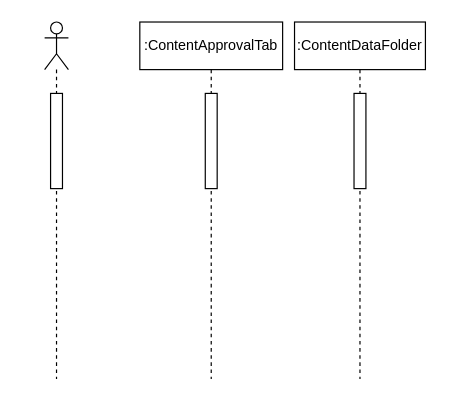
Earlier version of the draw.io diagram SENG 321/SQD4-3.drawio (amirabdullahi1/gold). Source tidied: cells renumbered, new cells numbered last; positions are measured from the earlier drawing's top-left corner, leaving out a move shared by most shapes. Both pictures are drawn from the tidied source at 119%, with x=0, y=0 at pixel (44, 21).
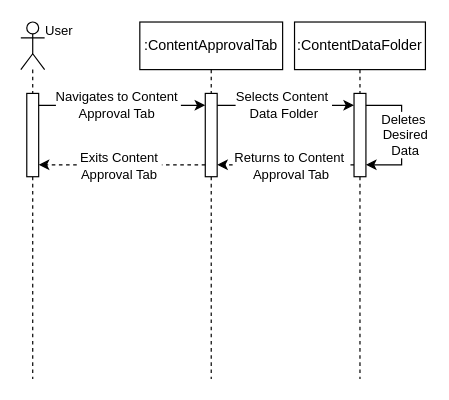
Above is the later version.

Unchanged cells that the change refers to:
```xml
<mxCell id="2" value="&lt;div&gt;&lt;span style=&quot;background-color: initial;&quot;&gt;&lt;br&gt;&lt;/span&gt;&lt;/div&gt;&lt;span style=&quot;background-color: initial;&quot;&gt;:C&lt;/span&gt;&lt;span style=&quot;background-color: initial;&quot;&gt;ontentApprovalTab&lt;/span&gt;&lt;div&gt;&lt;div&gt;&lt;span style=&quot;background-color: initial;&quot;&gt;&lt;br&gt;&lt;/span&gt;&lt;/div&gt;&lt;/div&gt;" style="shape=umlLifeline;perimeter=lifelinePerimeter;whiteSpace=wrap;html=1;newEdgeStyle={&quot;curved&quot;:0,&quot;rounded&quot;:0};" parent="1" vertex="1">
  <mxGeometry x="80" width="120" height="300" as="geometry" />
</mxCell>
<mxCell id="4" value=":ContentDataFolder" style="shape=umlLifeline;perimeter=lifelinePerimeter;whiteSpace=wrap;html=1;newEdgeStyle={&quot;curved&quot;:0,&quot;rounded&quot;:0};" parent="1" vertex="1">
  <mxGeometry x="210" width="110" height="300" as="geometry" />
</mxCell>
```

The edit, as a diff of the source:
```diff
@@
     <mxCell id="3" style="html=1;points=[[0,0,0,0,5],[0,1,0,0,-5],[1,0,0,0,5],[1,1,0,0,-5]];perimeter=orthogonalPerimeter;outlineConnect=0;targetShapes=umlLifeline;portConstraint=eastwest;newEdgeStyle={&quot;curved&quot;:0,&quot;rounded&quot;:0};" parent="2" vertex="1">
-      <mxGeometry x="55" y="60" width="10" height="80" as="geometry" />
+      <mxGeometry x="55" y="60" width="10" height="70" as="geometry" />
     </mxCell>
@@
     <mxCell id="5" style="html=1;points=[[0,0,0,0,5],[0,1,0,0,-5],[1,0,0,0,5],[1,1,0,0,-5]];perimeter=orthogonalPerimeter;outlineConnect=0;targetShapes=umlLifeline;portConstraint=eastwest;newEdgeStyle={&quot;curved&quot;:0,&quot;rounded&quot;:0};" parent="4" vertex="1">
-      <mxGeometry x="50" y="60" width="10" height="80" as="geometry" />
+      <mxGeometry x="50" y="60" width="10" height="70" as="geometry" />
     </mxCell>
+    <mxCell id="8" style="edgeStyle=orthogonalEdgeStyle;rounded=0;orthogonalLoop=1;jettySize=auto;html=1;curved=0;" parent="4" edge="1" source="5" target="5">
+      <mxGeometry relative="1" as="geometry">
+        <Array as="points">
+          <mxPoint x="90" y="70" />
+          <mxPoint x="90" y="120" />
+        </Array>
+      </mxGeometry>
+    </mxCell>
+    <mxCell id="9" value="Deletes&amp;nbsp;&lt;div&gt;Desired&lt;/div&gt;&lt;div&gt;Data&lt;/div&gt;" style="edgeLabel;html=1;align=center;verticalAlign=middle;" parent="8" vertex="1">
+      <mxGeometry x="-0.09" y="2" relative="1" as="geometry">
+        <mxPoint y="4" as="offset" />
+      </mxGeometry>
+    </mxCell>
-    <mxCell id="6" style="shape=umlLifeline;perimeter=lifelinePerimeter;whiteSpace=wrap;html=1;newEdgeStyle={&quot;curved&quot;:0,&quot;rounded&quot;:0};participant=umlActor;" parent="1" vertex="1">
-      <mxGeometry width="20" height="300" as="geometry" />
+    <mxCell id="6" style="shape=umlLifeline;perimeter=lifelinePerimeter;whiteSpace=wrap;html=1;newEdgeStyle={&quot;curved&quot;:0,&quot;rounded&quot;:0};participant=umlActor;align=center;size=40;" parent="1" vertex="1">
+      <mxGeometry x="-20" width="20" height="300" as="geometry" />
     </mxCell>
     <mxCell id="7" style="html=1;points=[[0,0,0,0,5],[0,1,0,0,-5],[1,0,0,0,5],[1,1,0,0,-5]];perimeter=orthogonalPerimeter;outlineConnect=0;targetShapes=umlLifeline;portConstraint=eastwest;newEdgeStyle={&quot;curved&quot;:0,&quot;rounded&quot;:0};" parent="6" vertex="1">
-      <mxGeometry x="5" y="60" width="10" height="80" as="geometry" />
+      <mxGeometry x="5" y="60" width="10" height="70" as="geometry" />
     </mxCell>
+    <mxCell id="10" style="edgeStyle=orthogonalEdgeStyle;rounded=0;jettySize=auto;html=1;curved=0;" parent="1" edge="1" source="7" target="3">
+      <mxGeometry relative="1" as="geometry">
+        <Array as="points">
+          <mxPoint x="80" y="70" />
+          <mxPoint x="80" y="70" />
+        </Array>
+      </mxGeometry>
+    </mxCell>
+    <mxCell id="11" value="Navigates to Content&amp;nbsp;&lt;div&gt;Approval Tab&amp;nbsp;&lt;/div&gt;" style="edgeLabel;html=1;align=center;verticalAlign=middle;" parent="10" vertex="1">
+      <mxGeometry x="0.03" y="3" relative="1" as="geometry">
+        <mxPoint x="-6" y="2" as="offset" />
+      </mxGeometry>
+    </mxCell>
+    <mxCell id="12" style="edgeStyle=orthogonalEdgeStyle;rounded=0;jettySize=auto;html=1;curved=0;" parent="1" edge="1" source="3" target="5">
+      <mxGeometry relative="1" as="geometry">
+        <Array as="points">
+          <mxPoint x="200" y="70" />
+          <mxPoint x="200" y="70" />
+        </Array>
+      </mxGeometry>
+    </mxCell>
+    <mxCell id="13" value="Selects Content&amp;nbsp;&lt;div&gt;Data Folder&lt;/div&gt;" style="edgeLabel;html=1;align=center;verticalAlign=middle;" parent="12" vertex="1">
+      <mxGeometry x="-0.27" y="1" relative="1" as="geometry">
+        <mxPoint x="13" as="offset" />
+      </mxGeometry>
+    </mxCell>
+    <mxCell id="14" style="edgeStyle=orthogonalEdgeStyle;rounded=0;jettySize=auto;html=1;curved=0;dashed=1;" parent="1" edge="1" source="5" target="3">
+      <mxGeometry relative="1" as="geometry">
+        <Array as="points">
+          <mxPoint x="200" y="120" />
+          <mxPoint x="200" y="120" />
+        </Array>
+      </mxGeometry>
+    </mxCell>
+    <mxCell id="15" style="edgeStyle=orthogonalEdgeStyle;rounded=0;jettySize=auto;html=1;curved=0;dashed=1;" parent="1" edge="1" source="3" target="7">
+      <mxGeometry relative="1" as="geometry">
+        <Array as="points">
+          <mxPoint x="70" y="120" />
+          <mxPoint x="70" y="120" />
+        </Array>
+      </mxGeometry>
+    </mxCell>
+    <mxCell id="16" value="Exits Content&amp;nbsp;&lt;div&gt;Approval Tab&amp;nbsp;&lt;/div&gt;" style="edgeLabel;html=1;align=center;verticalAlign=middle;" parent="15" vertex="1">
+      <mxGeometry x="0.06" y="-1" relative="1" as="geometry">
+        <mxPoint x="2" y="1" as="offset" />
+      </mxGeometry>
+    </mxCell>
+    <mxCell id="17" value="User" style="edgeLabel;html=1;align=center;verticalAlign=middle;" parent="15" vertex="1">
+      <mxGeometry x="-0.71" y="4" relative="1" as="geometry">
+        <mxPoint x="-104" y="-118" as="offset" />
+      </mxGeometry>
+    </mxCell>
+    <mxCell id="18" value="Returns to Content&amp;nbsp;&lt;div&gt;Approval Tab&lt;/div&gt;" style="edgeLabel;html=1;align=center;verticalAlign=middle;" parent="1" vertex="1">
+      <mxGeometry x="206" y="120" as="geometry" />
+    </mxCell>
```
